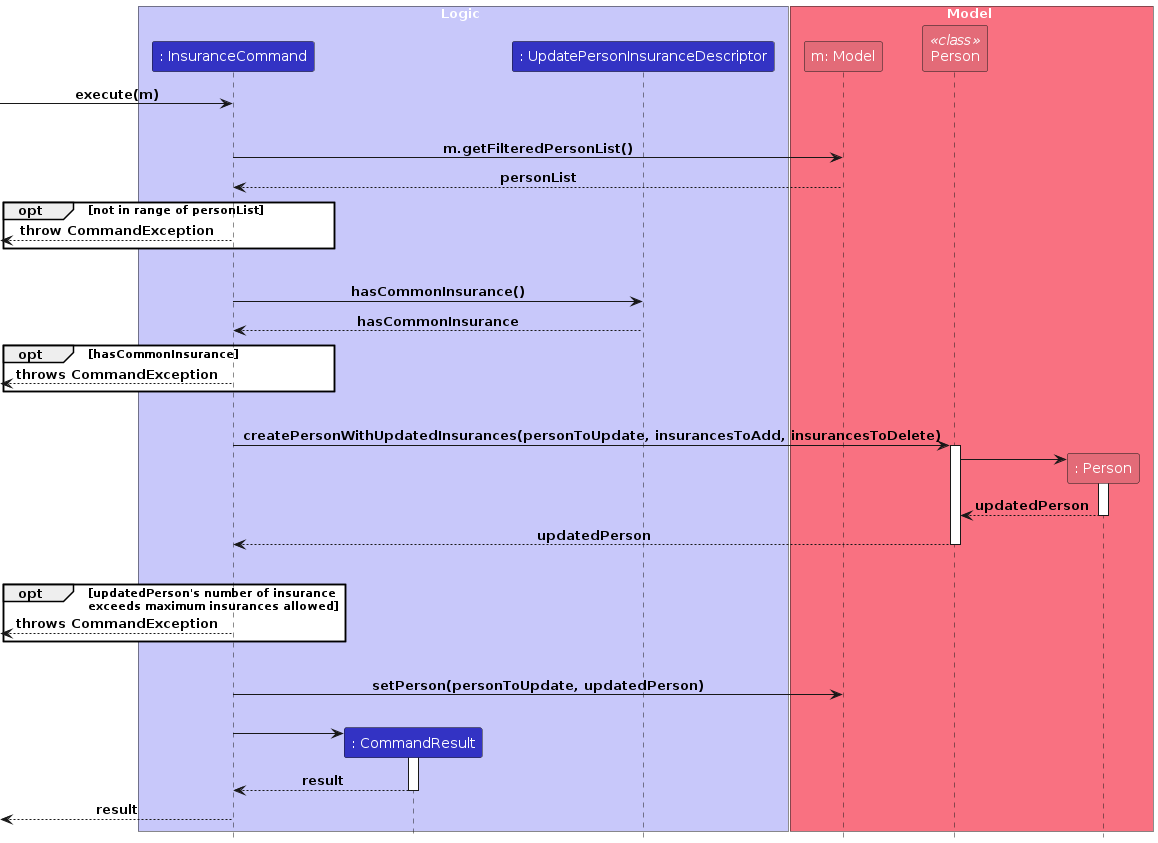
Before: diagrams/insurance-feature/ExecuteInsuranceSequenceDiagram.png, a diagram exported from PlantUML (yucongkoo/tp). Its source is kept beside it as diagrams/insurance-feature/ExecuteInsuranceSequenceDiagram.puml. Its diagram source:
```plantuml
@startuml
!include ../style.puml

box Logic LOGIC_COLOR_T1
participant ": InsuranceCommand" as command LOGIC_COLOR
participant ": CommandResult" as result LOGIC_COLOR
participant ": UpdatePersonInsuranceDescriptor" as descriptor LOGIC_COLOR
end box

box Model MODEL_COLOR_T1
participant "m: Model" as model MODEL_COLOR
participant "Person" as personClass <<class>> MODEL_COLOR
participant ": Person" as person MODEL_COLOR
end box

[-> command : execute(m)
|||
command -> model : m.getFilteredPersonList()
return personList

opt not in range of personList
[<--command : throw CommandException
end
|||
command -> descriptor : hasCommonInsurance()
return hasCommonInsurance

opt hasCommonInsurance
[<--command : throws CommandException
end
|||
command -> personClass : createPersonWithUpdatedInsurances(personToUpdate, insurancesToAdd, insurancesToDelete)
activate personClass
create person
personClass -> person :
activate person
return updatedPerson

return updatedPerson
|||
opt updatedPerson's number of insurance \nexceeds maximum insurances allowed
[<--command : throws CommandException
end
|||
command -> model : setPerson(personToUpdate, updatedPerson)
|||
create result
command -> result
activate result
return result










[<-- command : result
@enduml
```
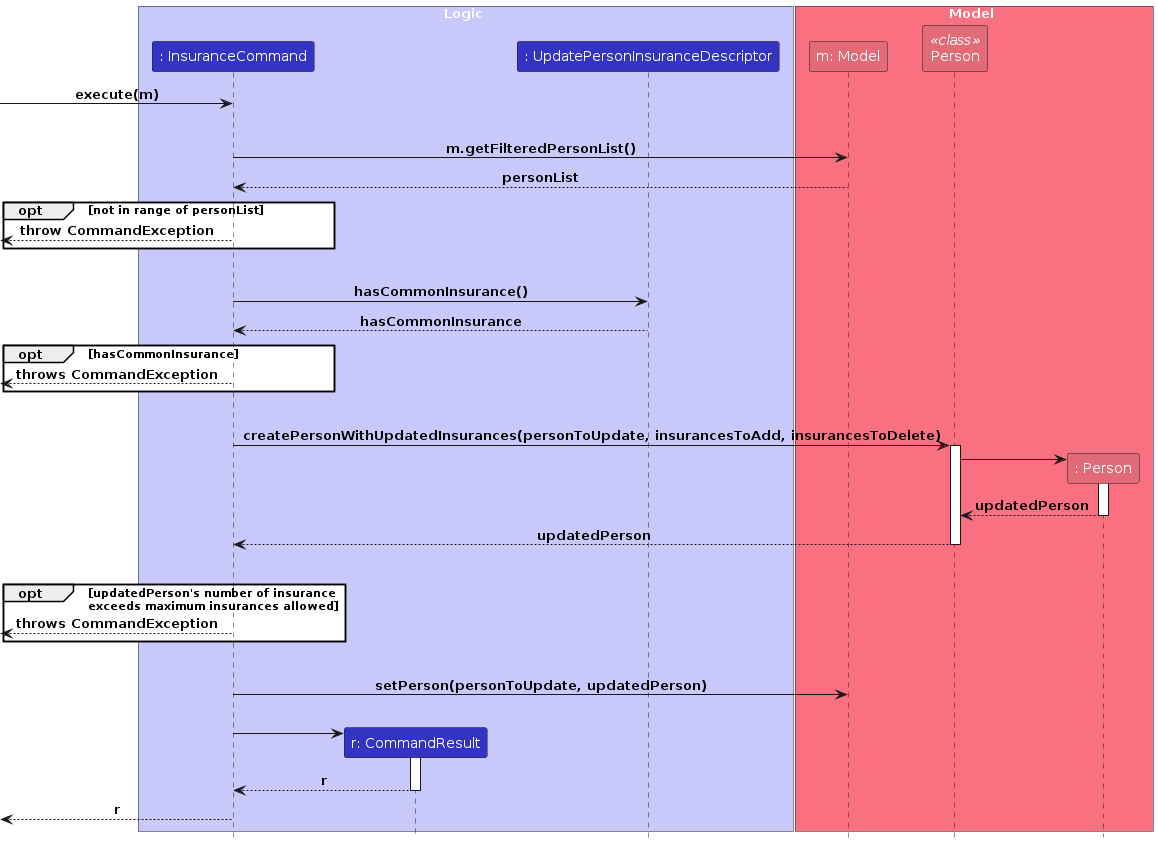
After the commit.

Change to the diagram source:
```diff
@@ -3,7 +3,7 @@
 
 box Logic LOGIC_COLOR_T1
 participant ": InsuranceCommand" as command LOGIC_COLOR
-participant ": CommandResult" as result LOGIC_COLOR
+participant "r: CommandResult" as result LOGIC_COLOR
 participant ": UpdatePersonInsuranceDescriptor" as descriptor LOGIC_COLOR
 end box
 
@@ -47,7 +47,7 @@
 create result
 command -> result
 activate result
-return result
+return r
 
 
 
@@ -58,5 +58,5 @@
 
 
 
-[<-- command : result
+[<-- command : r
 @enduml
```
